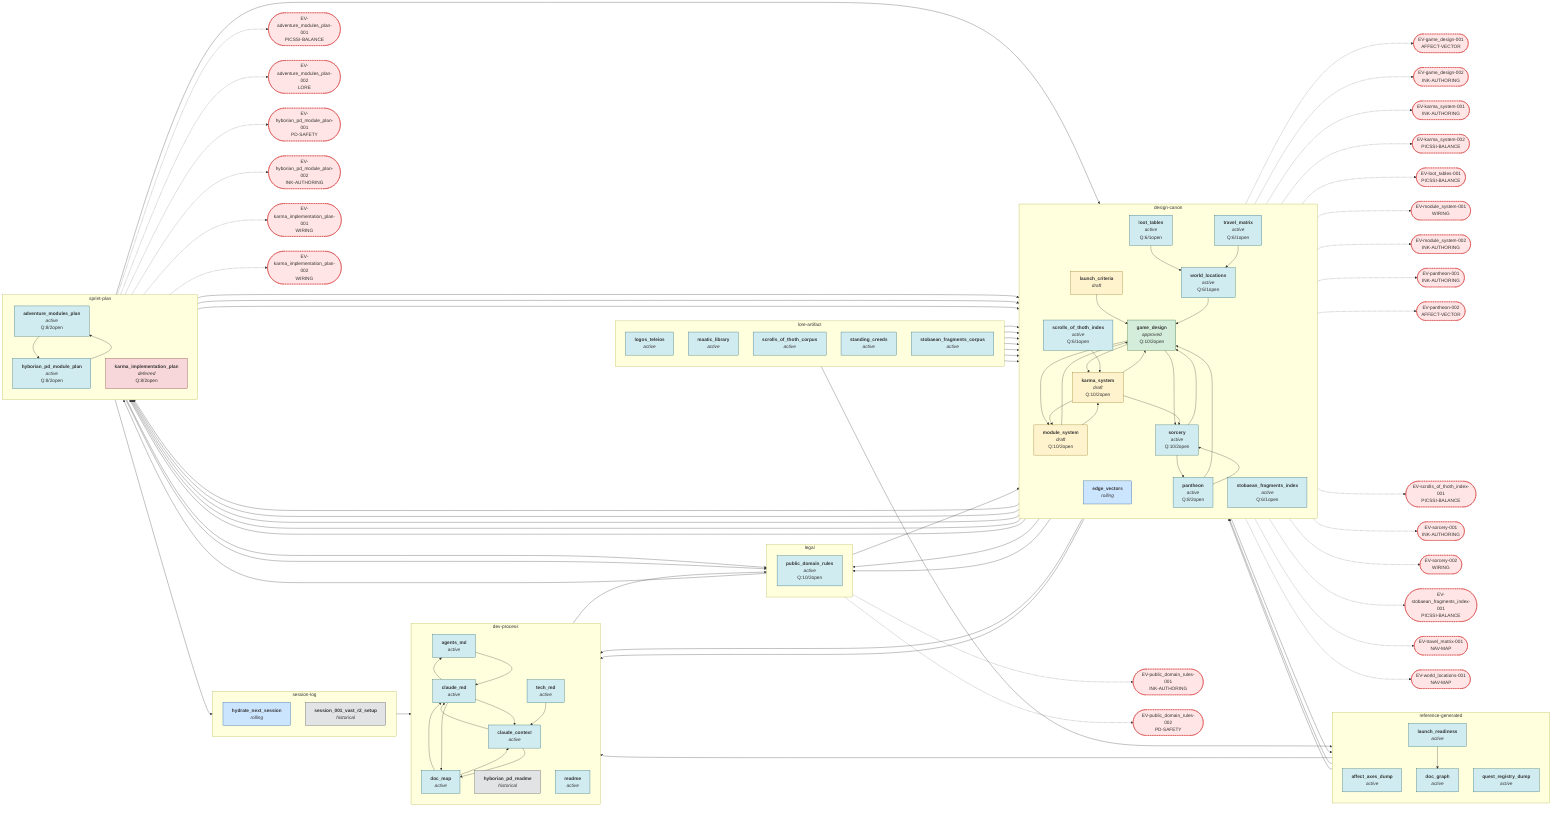
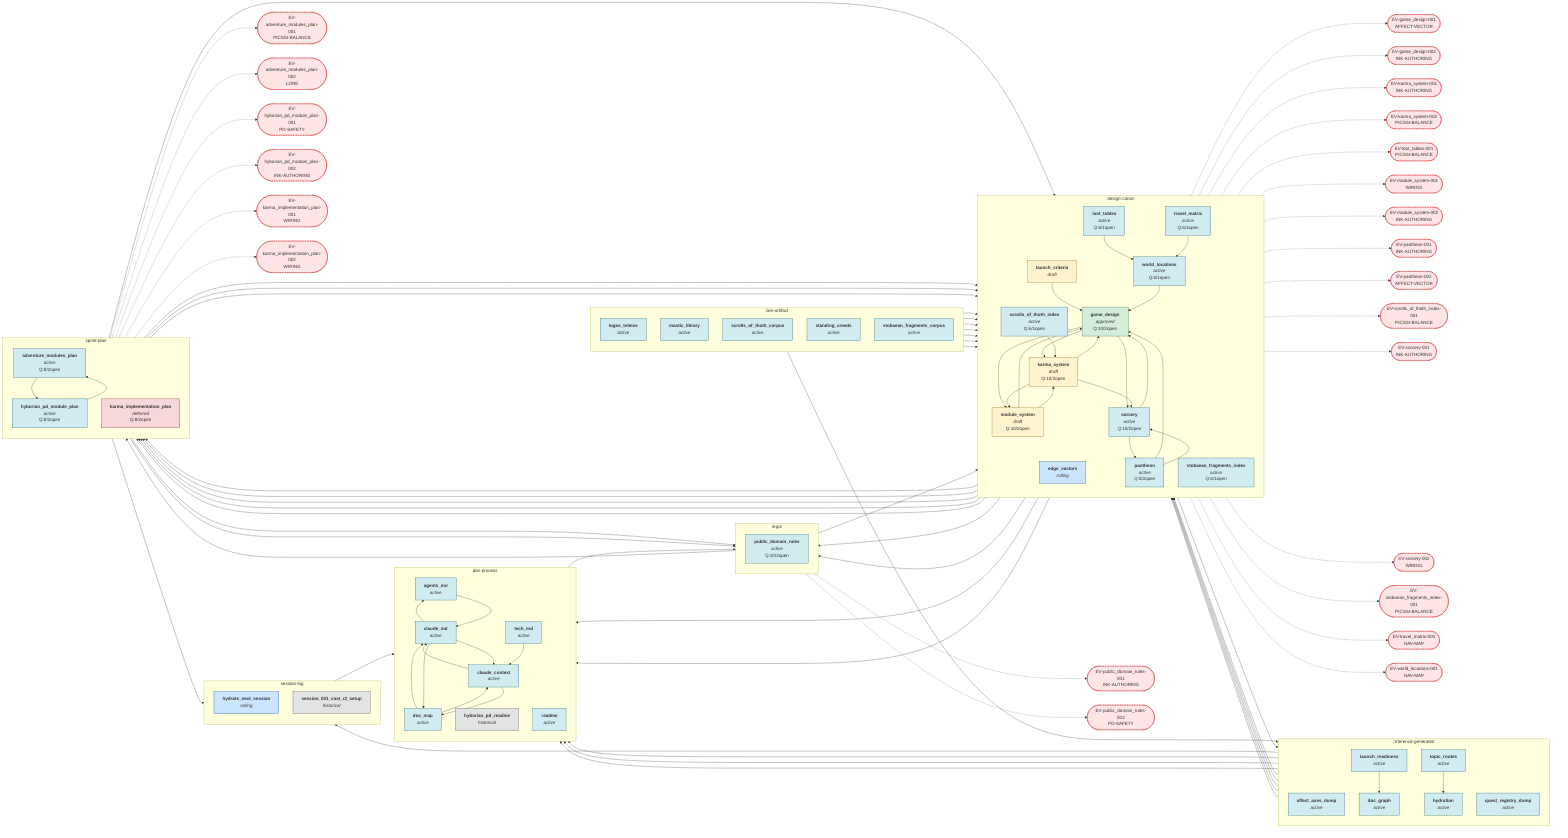
%% AUTO-GENERATED by scripts/build-doc-graph.ts. Do not hand-edit.
%% Run: npm run graph:build
- %% 34 docs · 23 EVs · 187 edges (showing cross_ref + has_open_question only)
+ %% 36 docs · 23 EVs · 194 edges (showing cross_ref + has_open_question only)
%% Generated 2026-05-09

flowchart LR
  subgraph design_canon["design-canon"]
    direction TB
    edge_vectors["<b>edge_vectors</b><br/><i>rolling</i>"]
    game_design["<b>game_design</b><br/><i>approved</i><br/>Q:10/2open"]
    karma_system["<b>karma_system</b><br/><i>draft</i><br/>Q:10/2open"]
    launch_criteria["<b>launch_criteria</b><br/><i>draft</i>"]
    loot_tables["<b>loot_tables</b><br/><i>active</i><br/>Q:6/1open"]
    module_system["<b>module_system</b><br/><i>draft</i><br/>Q:10/2open"]
    pantheon["<b>pantheon</b><br/><i>active</i><br/>Q:8/2open"]
    scrolls_of_thoth_index["<b>scrolls_of_thoth_index</b><br/><i>active</i><br/>Q:6/1open"]
    sorcery["<b>sorcery</b><br/><i>active</i><br/>Q:10/2open"]
    stobaean_fragments_index["<b>stobaean_fragments_index</b><br/><i>active</i><br/>Q:6/1open"]
    travel_matrix["<b>travel_matrix</b><br/><i>active</i><br/>Q:6/1open"]
    world_locations["<b>world_locations</b><br/><i>active</i><br/>Q:6/1open"]
  end

  subgraph dev_process["dev-process"]
    direction TB
    agents_md["<b>agents_md</b><br/><i>active</i>"]
    claude_context["<b>claude_context</b><br/><i>active</i>"]
    claude_md["<b>claude_md</b><br/><i>active</i>"]
    doc_map["<b>doc_map</b><br/><i>active</i>"]
    hyborian_pd_readme["<b>hyborian_pd_readme</b><br/><i>historical</i>"]
    readme["<b>readme</b><br/><i>active</i>"]
    tech_md["<b>tech_md</b><br/><i>active</i>"]
  end

  subgraph legal["legal"]
    direction TB
    public_domain_rules["<b>public_domain_rules</b><br/><i>active</i><br/>Q:10/2open"]
  end

  subgraph lore_artifact["lore-artifact"]
    direction TB
    logos_teleios["<b>logos_teleios</b><br/><i>active</i>"]
    maatic_library["<b>maatic_library</b><br/><i>active</i>"]
    scrolls_of_thoth_corpus["<b>scrolls_of_thoth_corpus</b><br/><i>active</i>"]
    standing_creeds["<b>standing_creeds</b><br/><i>active</i>"]
    stobaean_fragments_corpus["<b>stobaean_fragments_corpus</b><br/><i>active</i>"]
  end

  subgraph reference_generated["reference-generated"]
    direction TB
    affect_axes_dump["<b>affect_axes_dump</b><br/><i>active</i>"]
    doc_graph["<b>doc_graph</b><br/><i>active</i>"]
+     hydration["<b>hydration</b><br/><i>active</i>"]
    launch_readiness["<b>launch_readiness</b><br/><i>active</i>"]
    quest_registry_dump["<b>quest_registry_dump</b><br/><i>active</i>"]
+     topic_routes["<b>topic_routes</b><br/><i>active</i>"]
  end

  subgraph session_log["session-log"]
    direction TB
    hydrate_next_session["<b>hydrate_next_session</b><br/><i>rolling</i>"]
    session_001_vast_r2_setup["<b>session_001_vast_r2_setup</b><br/><i>historical</i>"]
  end

  subgraph sprint_plan["sprint-plan"]
    direction TB
    adventure_modules_plan["<b>adventure_modules_plan</b><br/><i>active</i><br/>Q:8/2open"]
    hyborian_pd_module_plan["<b>hyborian_pd_module_plan</b><br/><i>active</i><br/>Q:8/2open"]
    karma_implementation_plan["<b>karma_implementation_plan</b><br/><i>deferred</i><br/>Q:8/2open"]
  end

  %% Open Edge Vectors
  EV_adventure_modules_plan_001(["EV-adventure_modules_plan-001<br/>PICSSI-BALANCE"])
  EV_adventure_modules_plan_002(["EV-adventure_modules_plan-002<br/>LORE"])
  EV_game_design_001(["EV-game_design-001<br/>AFFECT-VECTOR"])
  EV_game_design_002(["EV-game_design-002<br/>INK-AUTHORING"])
  EV_hyborian_pd_module_plan_001(["EV-hyborian_pd_module_plan-001<br/>PD-SAFETY"])
  EV_hyborian_pd_module_plan_002(["EV-hyborian_pd_module_plan-002<br/>INK-AUTHORING"])
  EV_karma_implementation_plan_001(["EV-karma_implementation_plan-001<br/>WIRING"])
  EV_karma_implementation_plan_002(["EV-karma_implementation_plan-002<br/>WIRING"])
  EV_karma_system_001(["EV-karma_system-001<br/>INK-AUTHORING"])
  EV_karma_system_002(["EV-karma_system-002<br/>PICSSI-BALANCE"])
  EV_loot_tables_001(["EV-loot_tables-001<br/>PICSSI-BALANCE"])
  EV_module_system_001(["EV-module_system-001<br/>WIRING"])
  EV_module_system_002(["EV-module_system-002<br/>INK-AUTHORING"])
  EV_pantheon_001(["EV-pantheon-001<br/>INK-AUTHORING"])
  EV_pantheon_002(["EV-pantheon-002<br/>AFFECT-VECTOR"])
  EV_public_domain_rules_001(["EV-public_domain_rules-001<br/>INK-AUTHORING"])
  EV_public_domain_rules_002(["EV-public_domain_rules-002<br/>PD-SAFETY"])
  EV_scrolls_of_thoth_index_001(["EV-scrolls_of_thoth_index-001<br/>PICSSI-BALANCE"])
  EV_sorcery_001(["EV-sorcery-001<br/>INK-AUTHORING"])
  EV_sorcery_002(["EV-sorcery-002<br/>WIRING"])
  EV_stobaean_fragments_index_001(["EV-stobaean_fragments_index-001<br/>PICSSI-BALANCE"])
  EV_travel_matrix_001(["EV-travel_matrix-001<br/>NAV-MAP"])
  EV_world_locations_001(["EV-world_locations-001<br/>NAV-MAP"])

  %% cross_ref edges (from DOC_MAP)
  adventure_modules_plan --> game_design
  adventure_modules_plan --> hyborian_pd_module_plan
  adventure_modules_plan --> karma_system
  adventure_modules_plan --> public_domain_rules
  agents_md --> claude_md
  claude_context --> claude_md
  claude_context --> doc_map
  claude_md --> agents_md
  claude_md --> claude_context
  claude_md --> doc_map
  doc_graph --> doc_map
  doc_graph --> edge_vectors
  doc_map --> claude_context
  doc_map --> claude_md
  edge_vectors --> doc_map
  game_design --> adventure_modules_plan
  game_design --> karma_system
  game_design --> module_system
  game_design --> public_domain_rules
  game_design --> sorcery
  hyborian_pd_module_plan --> adventure_modules_plan
  hyborian_pd_module_plan --> game_design
  hyborian_pd_module_plan --> public_domain_rules
  hyborian_pd_readme --> public_domain_rules
  hydrate_next_session --> claude_context
+   hydration --> doc_map
+   hydration --> edge_vectors
+   hydration --> hydrate_next_session
+   hydration --> launch_criteria
  karma_implementation_plan --> hydrate_next_session
  karma_implementation_plan --> karma_system
  karma_system --> game_design
  karma_system --> karma_implementation_plan
  karma_system --> module_system
  karma_system --> sorcery
  launch_criteria --> adventure_modules_plan
  launch_criteria --> doc_map
  launch_criteria --> game_design
  launch_criteria --> karma_implementation_plan
  launch_readiness --> doc_graph
  launch_readiness --> launch_criteria
  logos_teleios --> scrolls_of_thoth_index
  loot_tables --> world_locations
  maatic_library --> game_design
  maatic_library --> pantheon
  module_system --> game_design
  module_system --> hyborian_pd_module_plan
  module_system --> karma_system
  pantheon --> game_design
  pantheon --> public_domain_rules
  pantheon --> sorcery
  public_domain_rules --> game_design
  public_domain_rules --> hyborian_pd_module_plan
  scrolls_of_thoth_corpus --> scrolls_of_thoth_index
  scrolls_of_thoth_index --> karma_system
  sorcery --> game_design
  sorcery --> pantheon
  standing_creeds --> game_design
  standing_creeds --> karma_system
  stobaean_fragments_corpus --> quest_registry_dump
  stobaean_fragments_corpus --> stobaean_fragments_index
  stobaean_fragments_index --> quest_registry_dump
  tech_md --> claude_context
+   topic_routes --> doc_map
+   topic_routes --> edge_vectors
+   topic_routes --> hydration
  travel_matrix --> world_locations
  world_locations --> game_design

  %% has_open_question edges (doc → EV, dashed)
  adventure_modules_plan -.-> EV_adventure_modules_plan_001
  adventure_modules_plan -.-> EV_adventure_modules_plan_002
  game_design -.-> EV_game_design_001
  game_design -.-> EV_game_design_002
  hyborian_pd_module_plan -.-> EV_hyborian_pd_module_plan_001
  hyborian_pd_module_plan -.-> EV_hyborian_pd_module_plan_002
  karma_implementation_plan -.-> EV_karma_implementation_plan_001
  karma_implementation_plan -.-> EV_karma_implementation_plan_002
  karma_system -.-> EV_karma_system_001
  karma_system -.-> EV_karma_system_002
  loot_tables -.-> EV_loot_tables_001
  module_system -.-> EV_module_system_001
  module_system -.-> EV_module_system_002
  pantheon -.-> EV_pantheon_001
  pantheon -.-> EV_pantheon_002
  public_domain_rules -.-> EV_public_domain_rules_001
  public_domain_rules -.-> EV_public_domain_rules_002
  scrolls_of_thoth_index -.-> EV_scrolls_of_thoth_index_001
  sorcery -.-> EV_sorcery_001
  sorcery -.-> EV_sorcery_002
  stobaean_fragments_index -.-> EV_stobaean_fragments_index_001
  travel_matrix -.-> EV_travel_matrix_001
  world_locations -.-> EV_world_locations_001

  %% Styling
  classDef approved fill:#d4edda,stroke:#155724,stroke-width:1px
  classDef draft fill:#fff3cd,stroke:#856404,stroke-width:1px
  classDef active fill:#d1ecf1,stroke:#0c5460,stroke-width:1px
  classDef deferred fill:#f8d7da,stroke:#721c24,stroke-width:1px
  classDef historical fill:#e2e3e5,stroke:#383d41,stroke-width:1px
  classDef rolling fill:#cce5ff,stroke:#004085,stroke-width:1px
  classDef ev fill:#ffe5e5,stroke:#c00,stroke-width:1px,stroke-dasharray:4 2

-   class adventure_modules_plan,affect_axes_dump,agents_md,claude_context,claude_md,doc_graph,doc_map,hyborian_pd_module_plan,launch_readiness,logos_teleios,loot_tables,maatic_library,pantheon,public_domain_rules,quest_registry_dump,readme,scrolls_of_thoth_corpus,scrolls_of_thoth_index,sorcery,standing_creeds,stobaean_fragments_corpus,stobaean_fragments_index,tech_md,travel_matrix,world_locations active
+   class adventure_modules_plan,affect_axes_dump,agents_md,claude_context,claude_md,doc_graph,doc_map,hyborian_pd_module_plan,hydration,launch_readiness,logos_teleios,loot_tables,maatic_library,pantheon,public_domain_rules,quest_registry_dump,readme,scrolls_of_thoth_corpus,scrolls_of_thoth_index,sorcery,standing_creeds,stobaean_fragments_corpus,stobaean_fragments_index,tech_md,topic_routes,travel_matrix,world_locations active
  class game_design approved
  class karma_implementation_plan deferred
  class karma_system,launch_criteria,module_system draft
  class hyborian_pd_readme,session_001_vast_r2_setup historical
  class edge_vectors,hydrate_next_session rolling
  class EV_adventure_modules_plan_001,EV_adventure_modules_plan_002,EV_game_design_001,EV_game_design_002,EV_hyborian_pd_module_plan_001,EV_hyborian_pd_module_plan_002,EV_karma_implementation_plan_001,EV_karma_implementation_plan_002,EV_karma_system_001,EV_karma_system_002,EV_loot_tables_001,EV_module_system_001,EV_module_system_002,EV_pantheon_001,EV_pantheon_002,EV_public_domain_rules_001,EV_public_domain_rules_002,EV_scrolls_of_thoth_index_001,EV_sorcery_001,EV_sorcery_002,EV_stobaean_fragments_index_001,EV_travel_matrix_001,EV_world_locations_001 ev
